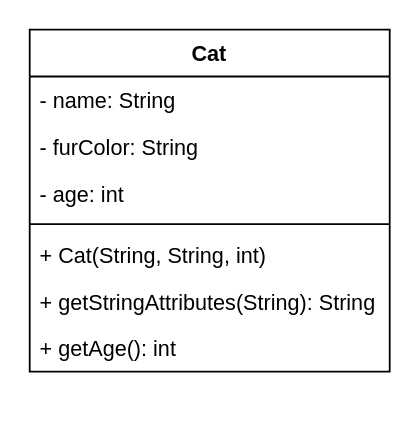
Earlier version of the draw.io diagram page "Cat" (1 of 2) of klassendiagramm.drawio (Comcave-OOP/02b_Klassen_Objekte_2). Source tidied: cells renumbered, new cells numbered last; positions are measured from the earlier drawing's top-left corner, leaving out a move shared by most shapes. Both pictures are drawn from the tidied source at 180%, with x=0, y=0 at pixel (29, 29).
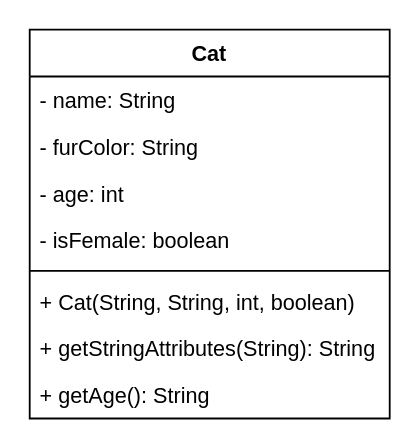
The same page after the edit.

Commit message (it also covers changes not shown here):
isFemale, getAge update

The edit, as a diff of the source:
```diff
@@
 <mxGraphModel>
   <root>
     <mxCell id="0" />
     <mxCell id="1" parent="0" />
     <mxCell id="2" value="Cat" style="swimlane;fontStyle=1;align=center;verticalAlign=top;horizontal=1;startSize=26;" parent="1" vertex="1">
-      <mxGeometry width="200" height="190" as="geometry" />
+      <mxGeometry width="200" height="216" as="geometry" />
     </mxCell>
     <mxCell id="3" value="- name: String" style="text;strokeColor=none;fillColor=none;align=left;verticalAlign=top;spacingLeft=4;spacingRight=4;overflow=hidden;" parent="2" vertex="1">
       <mxGeometry y="26" width="200" height="26" as="geometry" />
     </mxCell>
     <mxCell id="4" value="- furColor: String" style="text;strokeColor=none;fillColor=none;align=left;verticalAlign=top;spacingLeft=4;spacingRight=4;overflow=hidden;" parent="2" vertex="1">
       <mxGeometry y="52" width="200" height="26" as="geometry" />
     </mxCell>
+    <mxCell id="10" value="- age: int" style="text;strokeColor=none;fillColor=none;align=left;verticalAlign=top;spacingLeft=4;spacingRight=4;overflow=hidden;" parent="2" vertex="1">
+      <mxGeometry y="78" width="200" height="26" as="geometry" />
+    </mxCell>
-    <mxCell id="5" value="- age: int" style="text;strokeColor=none;fillColor=none;align=left;verticalAlign=top;spacingLeft=4;spacingRight=4;overflow=hidden;" parent="2" vertex="1">
-      <mxGeometry y="78" width="200" height="26" as="geometry" />
+    <mxCell id="5" value="- isFemale: boolean" style="text;strokeColor=none;fillColor=none;align=left;verticalAlign=top;spacingLeft=4;spacingRight=4;overflow=hidden;" parent="2" vertex="1">
+      <mxGeometry y="104" width="200" height="26" as="geometry" />
     </mxCell>
     <mxCell id="6" style="line;strokeWidth=1;fillColor=none;align=left;verticalAlign=middle;spacingTop=-1;spacingLeft=3;spacingRight=3;labelPosition=right;strokeColor=inherit;" parent="2" vertex="1">
-      <mxGeometry y="104" width="200" height="8" as="geometry" />
+      <mxGeometry y="130" width="200" height="8" as="geometry" />
     </mxCell>
-    <mxCell id="7" value="+ Cat(String, String, int)" style="text;strokeColor=none;fillColor=none;align=left;verticalAlign=top;spacingLeft=4;spacingRight=4;overflow=hidden;" parent="2" vertex="1">
-      <mxGeometry y="112" width="200" height="26" as="geometry" />
+    <mxCell id="7" value="+ Cat(String, String, int, boolean)" style="text;strokeColor=none;fillColor=none;align=left;verticalAlign=top;spacingLeft=4;spacingRight=4;overflow=hidden;" parent="2" vertex="1">
+      <mxGeometry y="138" width="200" height="26" as="geometry" />
     </mxCell>
     <mxCell id="8" value="+ getStringAttributes(String): String" style="text;strokeColor=none;fillColor=none;align=left;verticalAlign=top;spacingLeft=4;spacingRight=4;overflow=hidden;" parent="2" vertex="1">
-      <mxGeometry y="138" width="200" height="26" as="geometry" />
+      <mxGeometry y="164" width="200" height="26" as="geometry" />
     </mxCell>
-    <mxCell id="9" value="+ getAge(): int" style="text;strokeColor=none;fillColor=none;align=left;verticalAlign=top;spacingLeft=4;spacingRight=4;overflow=hidden;" parent="2" vertex="1">
-      <mxGeometry y="164" width="200" height="26" as="geometry" />
+    <mxCell id="9" value="+ getAge(): String" style="text;strokeColor=none;fillColor=none;align=left;verticalAlign=top;spacingLeft=4;spacingRight=4;overflow=hidden;" parent="2" vertex="1">
+      <mxGeometry y="190" width="200" height="26" as="geometry" />
     </mxCell>
   </root>
 </mxGraphModel>
```
